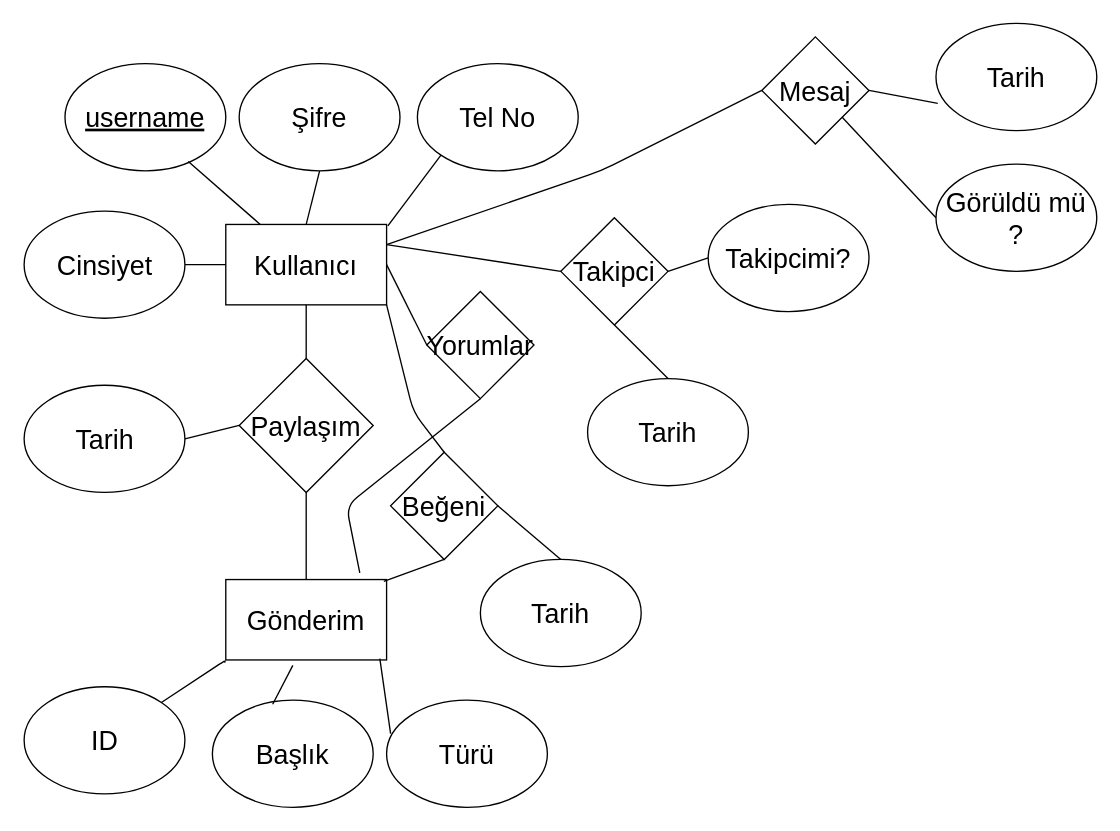
mahmut632734/Bilgisayar-Programlama-2-Python keeps this draw.io diagram as Untitled Diagram.drawio. Above is the earlier version. Source tidied: cells renumbered, new cells numbered last; positions are measured from the earlier drawing's top-left corner, leaving out a move shared by most shapes. Both pictures are drawn from the tidied source at 134%, with x=0, y=0 at pixel (24, 23).
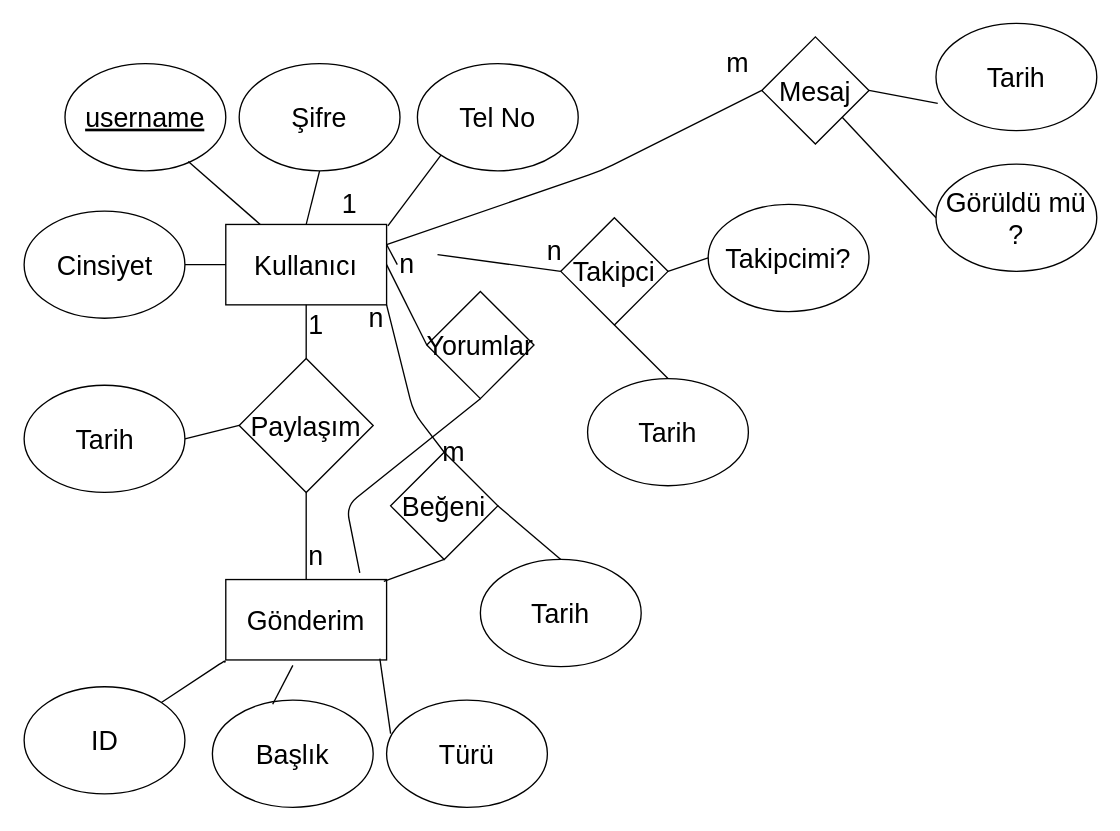
After the change.

Unchanged cells that the change refers to:
```xml
<mxCell id="2" value="Kullanıcı" style="rounded=0;whiteSpace=wrap;html=1;fontSize=20;" parent="1" vertex="1">
  <mxGeometry x="150" y="150" width="120" height="60" as="geometry" />
</mxCell>
<mxCell id="33" value="Takipci" style="rhombus;whiteSpace=wrap;html=1;fontSize=20;" parent="1" vertex="1">
  <mxGeometry x="400" y="145" width="80" height="80" as="geometry" />
</mxCell>
```

What changed in the source:
```diff
@@
-    <mxCell id="36" style="endArrow=none;html=1;fontSize=20;entryX=1;entryY=0.25;entryDx=0;entryDy=0;exitX=0;exitY=0.5;exitDx=0;exitDy=0;" parent="1" edge="1" source="33" target="2">
+    <mxCell id="36" style="endArrow=none;html=1;fontSize=20;entryX=1;entryY=0.25;entryDx=0;entryDy=0;exitX=0;exitY=0.5;exitDx=0;exitDy=0;" parent="1" edge="1" source="49" target="2">
       <mxGeometry relative="1" as="geometry" />
     </mxCell>
@@
+    <mxCell id="43" value="1" style="text;html=1;align=left;verticalAlign=top;spacingTop=-4;fontSize=20;" parent="1" vertex="1">
+      <mxGeometry x="210" y="210" width="30" height="30" as="geometry" />
+    </mxCell>
+    <mxCell id="44" value="n" style="text;html=1;align=left;verticalAlign=top;spacingTop=-4;fontSize=20;" parent="1" vertex="1">
+      <mxGeometry x="210" y="383" width="30" height="30" as="geometry" />
+    </mxCell>
+    <mxCell id="45" value="n" style="text;html=1;align=left;verticalAlign=top;spacingTop=-4;fontSize=20;" parent="1" vertex="1">
+      <mxGeometry x="255" y="205" width="30" height="30" as="geometry" />
+    </mxCell>
+    <mxCell id="46" value="m" style="text;html=1;align=left;verticalAlign=top;spacingTop=-4;fontSize=20;" parent="1" vertex="1">
+      <mxGeometry x="310" y="305" width="30" height="30" as="geometry" />
+    </mxCell>
+    <mxCell id="47" value="1" style="text;html=1;align=left;verticalAlign=top;spacingTop=-4;fontSize=20;" parent="1" vertex="1">
+      <mxGeometry x="235" y="120" width="30" height="30" as="geometry" />
+    </mxCell>
+    <mxCell id="48" value="m" style="text;html=1;align=left;verticalAlign=top;spacingTop=-4;fontSize=20;" parent="1" vertex="1">
+      <mxGeometry x="521.5" y="15" width="30" height="30" as="geometry" />
+    </mxCell>
+    <mxCell id="49" value="n" style="text;html=1;points=[];align=left;verticalAlign=top;spacingTop=-4;fontSize=20;" parent="1" vertex="1">
+      <mxGeometry x="278" y="165" width="30" height="30" as="geometry" />
+    </mxCell>
+    <mxCell id="50" style="endArrow=none;html=1;fontSize=20;entryX=1;entryY=0.25;entryDx=0;entryDy=0;exitX=0;exitY=0.5;exitDx=0;exitDy=0;" parent="1" edge="1" source="33" target="49">
+      <mxGeometry relative="1" as="geometry" />
+    </mxCell>
+    <mxCell id="51" value="n" style="text;html=1;align=left;verticalAlign=top;spacingTop=-4;fontSize=20;" parent="1" vertex="1">
+      <mxGeometry x="387.5" y="155" width="30" height="30" as="geometry" />
+    </mxCell>
```
